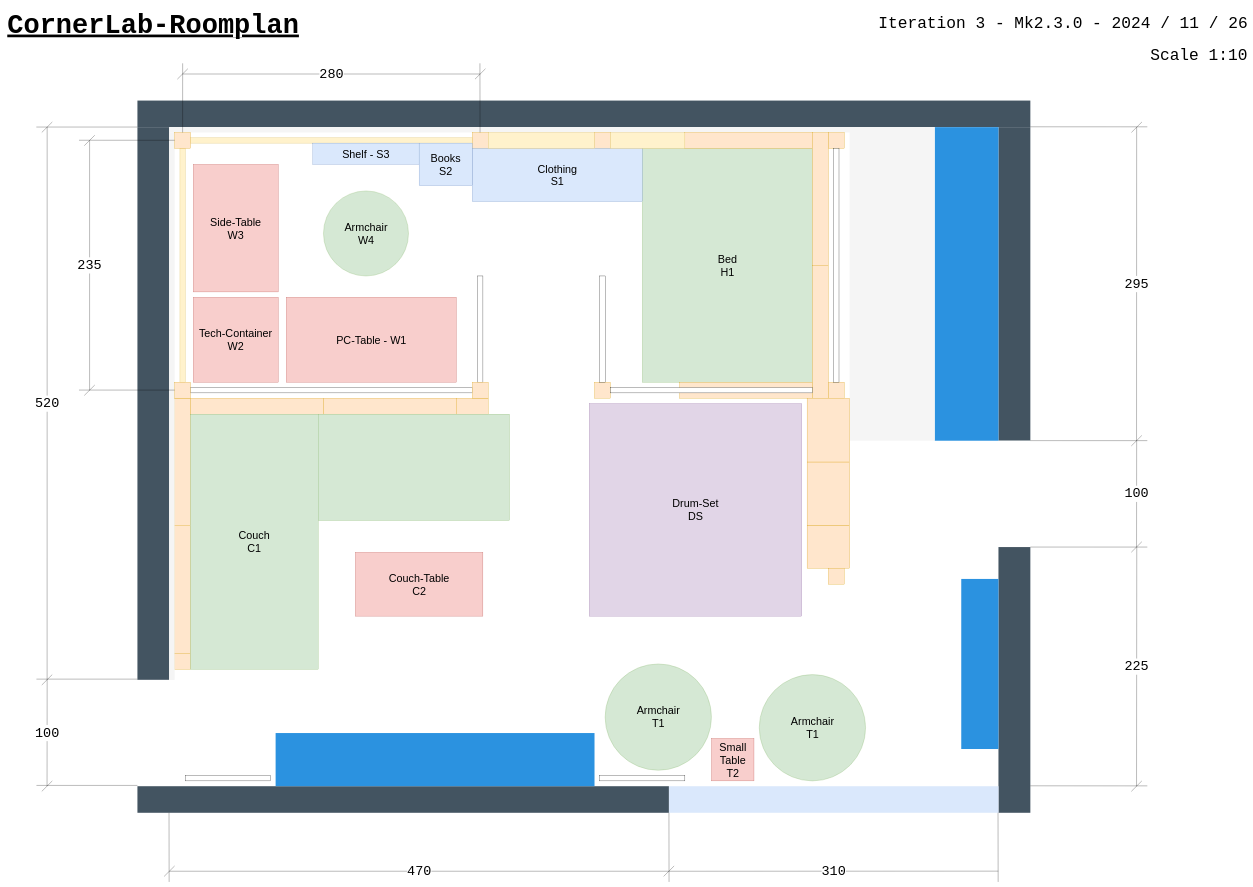
sy-workshop/cornerlab keeps this draw.io diagram as cornerlab_roomplan.drawio. Above is the earlier version. Source tidied: cells renumbered, new cells numbered last; positions are measured from the earlier drawing's top-left corner, leaving out a move shared by most shapes. Both pictures are drawn from the tidied source at 27%, with x=0, y=0 at pixel (4, 10).
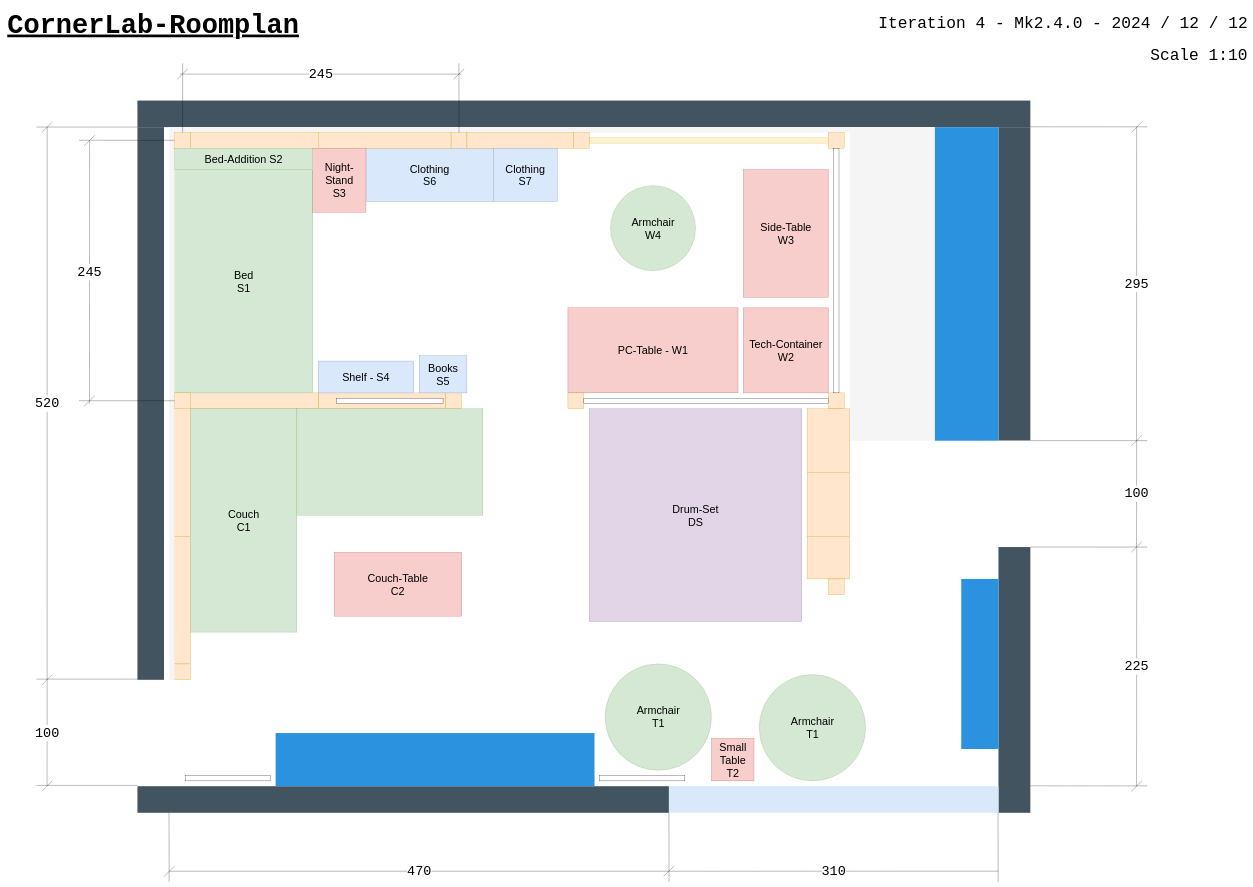
The same diagram, later.

The edit, as a diff of the source:
```diff
@@
     <mxCell id="4" style="rounded=0;whiteSpace=wrap;html=1;strokeColor=none;fontSize=40;" parent="1" vertex="1">
-      <mxGeometry x="610.6" y="433.4" width="3070.9" height="2440.9" as="geometry" />
+      <mxGeometry x="590.9" y="433.4" width="3070.9" height="2440.9" as="geometry" />
     </mxCell>
@@
     <mxCell id="11" style="rounded=0;whiteSpace=wrap;html=1;fillColor=#ffe6cc;strokeColor=#d79b00;fontSize=40;" parent="1" vertex="1">
-      <mxGeometry x="630.3" y="1909.8" width="59" height="472.4" as="geometry" />
+      <mxGeometry x="630.3" y="1949.2" width="59" height="472.4" as="geometry" />
     </mxCell>
     <mxCell id="12" style="rounded=0;whiteSpace=wrap;html=1;fillColor=#ffe6cc;strokeColor=#d79b00;fontSize=40;" parent="1" vertex="1">
-      <mxGeometry x="1181.5" y="1437.3" width="492.1" height="59" as="geometry" />
+      <mxGeometry x="1161.8" y="1417.7" width="472.4" height="59" as="geometry" />
     </mxCell>
     <mxCell id="13" style="rounded=0;whiteSpace=wrap;html=1;fillColor=#ffe6cc;strokeColor=#d79b00;fontSize=40;" parent="1" vertex="1">
-      <mxGeometry x="630.3" y="1437.4" width="59" height="472.4" as="geometry" />
+      <mxGeometry x="630.3" y="1476.8" width="59" height="472.4" as="geometry" />
     </mxCell>
     <mxCell id="14" style="rounded=0;whiteSpace=wrap;html=1;fillColor=#ffe6cc;strokeColor=#d79b00;fontSize=40;" parent="1" vertex="1">
-      <mxGeometry x="689.4" y="1437.4" width="492.1" height="59" as="geometry" />
+      <mxGeometry x="689.4" y="1417.7" width="472.4" height="59" as="geometry" />
     </mxCell>
@@
-    <mxCell id="21" value="Bed&lt;div&gt;H1&lt;/div&gt;" style="rounded=0;whiteSpace=wrap;html=1;fillColor=#d5e8d4;strokeColor=#82b366;fontSize=40;" parent="1" vertex="1">
-      <mxGeometry x="2362.6" y="512.1" width="629.9" height="866.1" as="geometry" />
+    <mxCell id="21" value="Bed&lt;div&gt;S&lt;span style=&quot;background-color: initial;&quot;&gt;1&lt;/span&gt;&lt;/div&gt;" style="rounded=0;whiteSpace=wrap;html=1;fillColor=#d5e8d4;strokeColor=#82b366;fontSize=40;" parent="1" vertex="1">
+      <mxGeometry x="630.4" y="590.9" width="511.8" height="826.8" as="geometry" />
     </mxCell>
@@
     <mxCell id="25" value="PC-Table -&amp;nbsp;&lt;span style=&quot;background-color: initial;&quot;&gt;W1&lt;/span&gt;" style="rounded=0;whiteSpace=wrap;html=1;fillColor=#f8cecc;strokeColor=#b85450;fontSize=40;" parent="1" vertex="1">
-      <mxGeometry x="1043.7" y="1063.3" width="629.9" height="314.9" as="geometry" />
+      <mxGeometry x="2087" y="1102.7" width="629.9" height="314.9" as="geometry" />
     </mxCell>
     <mxCell id="26" value="Tech-Container&lt;br&gt;W2" style="rounded=0;whiteSpace=wrap;html=1;fillColor=#f8cecc;strokeColor=#b85450;rotation=0;fontSize=40;" parent="1" vertex="1">
-      <mxGeometry x="699.2" y="1063.4" width="315" height="315" as="geometry" />
+      <mxGeometry x="2736.6" y="1102.8" width="315" height="315" as="geometry" />
     </mxCell>
     <mxCell id="27" value="Side-Table&lt;div&gt;W3&lt;/div&gt;" style="rounded=0;whiteSpace=wrap;html=1;fillColor=#f8cecc;strokeColor=#b85450;rotation=0;fontSize=40;direction=south;" parent="1" vertex="1">
-      <mxGeometry x="699.2" y="571.3" width="314.9" height="472.4" as="geometry" />
+      <mxGeometry x="2736.6" y="590.9" width="314.9" height="472.4" as="geometry" />
     </mxCell>
     <mxCell id="28" style="rounded=0;whiteSpace=wrap;html=1;fillColor=#ffe6cc;strokeColor=#d79b00;fontSize=40;" parent="1" vertex="1">
-      <mxGeometry x="3051.5" y="1378.3" width="59" height="59" as="geometry" />
+      <mxGeometry x="3051.5" y="1417.7" width="59" height="59" as="geometry" />
     </mxCell>
@@
     <mxCell id="42" style="rounded=0;whiteSpace=wrap;html=1;fillColor=#ffe6cc;strokeColor=#d79b00;fontSize=40;" parent="1" vertex="1">
-      <mxGeometry x="2185.4" y="1378.3" width="59" height="59" as="geometry" />
+      <mxGeometry x="2087" y="1417.7" width="59" height="59" as="geometry" />
     </mxCell>
     <mxCell id="43" style="rounded=0;whiteSpace=wrap;html=1;fillColor=#ffe6cc;strokeColor=#d79b00;fontSize=40;" parent="1" vertex="1">
-      <mxGeometry x="2972.8" y="1673.6" width="157.5" height="236.2" as="geometry" />
+      <mxGeometry x="2972.8" y="1712.9" width="157.5" height="236.2" as="geometry" />
     </mxCell>
     <mxCell id="44" style="rounded=0;whiteSpace=wrap;html=1;fillColor=#ffe6cc;strokeColor=#d79b00;fontSize=40;" parent="1" vertex="1">
-      <mxGeometry x="2972.8" y="1909.8" width="157.5" height="157.5" as="geometry" />
+      <mxGeometry x="2972.8" y="1949.1" width="157.5" height="157.5" as="geometry" />
     </mxCell>
@@
     <mxCell id="46" style="rounded=0;whiteSpace=wrap;html=1;fillColor=#fff2cc;strokeColor=#d6b656;fontSize=40;" parent="1" vertex="1">
-      <mxGeometry x="689.4" y="472.7" width="1043.3" height="19.8" as="geometry" />
+      <mxGeometry x="2165.7" y="472.7" width="885.8" height="19.8" as="geometry" />
     </mxCell>
     <mxCell id="47" value="Drum-Set&lt;div&gt;DS&lt;/div&gt;" style="rounded=0;whiteSpace=wrap;html=1;fillColor=#e1d5e7;strokeColor=#9673a6;fontSize=40;" parent="1" vertex="1">
-      <mxGeometry x="2165.7" y="1457.1" width="787.4" height="787.4" as="geometry" />
+      <mxGeometry x="2165.7" y="1476.8" width="787.4" height="787.4" as="geometry" />
     </mxCell>
-    <mxCell id="48" style="rounded=0;whiteSpace=wrap;html=1;fillColor=#fff2cc;strokeColor=#d6b656;fontSize=40;" parent="1" vertex="1">
-      <mxGeometry x="650" y="512.1" width="19.7" height="866.2" as="geometry" />
-    </mxCell>
-    <mxCell id="49" style="rounded=0;whiteSpace=wrap;html=1;fillColor=#ffe6cc;strokeColor=#d79b00;fontSize=40;" parent="1" vertex="1">
-      <mxGeometry x="1673.6" y="1437.4" width="118.1" height="59" as="geometry" />
-    </mxCell>
     <mxCell id="50" style="rounded=0;whiteSpace=wrap;html=1;fillColor=#ffe6cc;strokeColor=#d79b00;fontSize=40;" parent="1" vertex="1">
-      <mxGeometry x="630.3" y="2382.2" width="59" height="59" as="geometry" />
+      <mxGeometry x="630.3" y="2421.6" width="59" height="59" as="geometry" />
     </mxCell>
@@
-    <mxCell id="53" style="rounded=0;whiteSpace=wrap;html=1;fontSize=40;" parent="1" vertex="1">
-      <mxGeometry x="689.4" y="1398" width="1043.3" height="19.7" as="geometry" />
-    </mxCell>
-    <mxCell id="54" style="rounded=0;whiteSpace=wrap;html=1;fontSize=40;" parent="1" vertex="1">
-      <mxGeometry x="1752.4" y="984.6" width="19.7" height="393.7" as="geometry" />
+    <mxCell id="54" style="rounded=0;whiteSpace=wrap;html=1;fontSize=40;rotation=90;" parent="1" vertex="1">
+      <mxGeometry x="1417.7" y="1250.4" width="19.7" height="393.7" as="geometry" />
     </mxCell>
@@
     <mxCell id="56" style="rounded=0;whiteSpace=wrap;html=1;fillColor=#ffe6cc;strokeColor=#d79b00;fontSize=40;" parent="1" vertex="1">
-      <mxGeometry x="1732.7" y="453.1" width="59" height="59" as="geometry" />
+      <mxGeometry x="1653.9" y="453.1" width="59" height="59" as="geometry" />
     </mxCell>
     <mxCell id="57" style="rounded=0;whiteSpace=wrap;html=1;fillColor=#ffe6cc;strokeColor=#d79b00;fontSize=40;" parent="1" vertex="1">
-      <mxGeometry x="2185.4" y="453.1" width="59" height="59" as="geometry" />
+      <mxGeometry x="2106.7" y="453.2" width="59" height="59" as="geometry" />
     </mxCell>
@@
     <mxCell id="60" style="rounded=0;whiteSpace=wrap;html=1;fillColor=#ffe6cc;strokeColor=#d79b00;fontSize=40;" parent="1" vertex="1">
-      <mxGeometry x="1732.7" y="1378.3" width="59" height="59" as="geometry" />
+      <mxGeometry x="1634.3" y="1417.7" width="59" height="59" as="geometry" />
     </mxCell>
     <mxCell id="61" style="rounded=0;whiteSpace=wrap;html=1;fillColor=#ffe6cc;strokeColor=#d79b00;fontSize=40;" parent="1" vertex="1">
-      <mxGeometry x="630.3" y="1378.3" width="59" height="59" as="geometry" />
+      <mxGeometry x="630.4" y="1417.7" width="59" height="59" as="geometry" />
     </mxCell>
@@
     <mxCell id="63" style="endArrow=none;html=1;rounded=0;exitX=0.5;exitY=0;exitDx=0;exitDy=0;" parent="1" edge="1">
       <mxGeometry relative="1" as="geometry">
-        <mxPoint x="1761.5" y="453.1" as="sourcePoint" />
-        <mxPoint x="1761" y="197" as="targetPoint" />
+        <mxPoint x="1683.6" y="453.3" as="sourcePoint" />
+        <mxPoint x="1683.1" y="197.2" as="targetPoint" />
       </mxGeometry>
     </mxCell>
-    <mxCell id="64" value="&lt;font style=&quot;font-size: 50px;&quot; face=&quot;Courier New&quot;&gt;280&lt;/font&gt;" style="endArrow=none;html=1;rounded=0;" parent="1" edge="1">
+    <mxCell id="64" value="&lt;font style=&quot;font-size: 50px;&quot; face=&quot;Courier New&quot;&gt;245&lt;/font&gt;" style="endArrow=none;html=1;rounded=0;" parent="1" edge="1">
       <mxGeometry relative="1" as="geometry">
-        <mxPoint x="659.8" y="236.6" as="sourcePoint" />
-        <mxPoint x="1762.2" y="236.6" as="targetPoint" />
+        <mxPoint x="650" y="237" as="sourcePoint" />
+        <mxPoint x="1693" y="237" as="targetPoint" />
       </mxGeometry>
     </mxCell>
@@
     <mxCell id="66" style="endArrow=none;html=1;rounded=0;" parent="1" edge="1">
       <mxGeometry relative="1" as="geometry">
-        <mxPoint x="1742.7" y="255.8" as="sourcePoint" />
-        <mxPoint x="1781.7" y="216.9" as="targetPoint" />
+        <mxPoint x="1663.9" y="255.8" as="sourcePoint" />
+        <mxPoint x="1702.9" y="216.9" as="targetPoint" />
       </mxGeometry>
     </mxCell>
     <mxCell id="67" value="Couch&lt;br&gt;C1" style="rounded=0;whiteSpace=wrap;html=1;fillColor=#d5e8d4;strokeColor=#82b366;fontSize=40;" parent="1" vertex="1">
-      <mxGeometry x="689.4" y="1496.4" width="472.4" height="944.9" as="geometry" />
+      <mxGeometry x="689.4" y="1476.7" width="393.7" height="826.8" as="geometry" />
     </mxCell>
     <mxCell id="68" style="rounded=0;whiteSpace=wrap;html=1;fillColor=#d5e8d4;strokeColor=#82b366;fontSize=40;" parent="1" vertex="1">
-      <mxGeometry x="1161.8" y="1496.4" width="708.7" height="393.7" as="geometry" />
+      <mxGeometry x="1083.1" y="1476.7" width="689" height="393.7" as="geometry" />
     </mxCell>
@@
     <mxCell id="70" style="endArrow=none;html=1;rounded=0;" parent="1" edge="1">
       <mxGeometry relative="1" as="geometry">
-        <mxPoint x="276" y="1407.2" as="sourcePoint" />
-        <mxPoint x="630.3" y="1407.3" as="targetPoint" />
+        <mxPoint x="276" y="1446.6" as="sourcePoint" />
+        <mxPoint x="630.3" y="1446.7" as="targetPoint" />
       </mxGeometry>
     </mxCell>
-    <mxCell id="71" value="&lt;font face=&quot;Courier New&quot; style=&quot;font-size: 50px;&quot;&gt;235&lt;/font&gt;" style="endArrow=none;startArrow=none;html=1;rounded=0;startFill=0;endFill=0;" parent="1" edge="1">
+    <mxCell id="71" value="&lt;font face=&quot;Courier New&quot;&gt;&lt;span style=&quot;font-size: 50px;&quot;&gt;245&lt;br&gt;&lt;/span&gt;&lt;/font&gt;" style="endArrow=none;startArrow=none;html=1;rounded=0;startFill=0;endFill=0;" parent="1" edge="1">
       <mxGeometry relative="1" as="geometry">
-        <mxPoint x="315.3" y="1407.8" as="sourcePoint" />
+        <mxPoint x="315" y="1457" as="sourcePoint" />
         <mxPoint x="315.3" y="482.7" as="targetPoint" />
       </mxGeometry>
     </mxCell>
@@
     <mxCell id="73" style="endArrow=none;html=1;rounded=0;" parent="1" edge="1">
       <mxGeometry relative="1" as="geometry">
-        <mxPoint x="295.6" y="1427.3" as="sourcePoint" />
-        <mxPoint x="334.6" y="1388.4" as="targetPoint" />
+        <mxPoint x="295.6" y="1466.6" as="sourcePoint" />
+        <mxPoint x="334.6" y="1427.7" as="targetPoint" />
       </mxGeometry>
     </mxCell>
-    <mxCell id="74" value="Clothing&lt;div&gt;S1&lt;/div&gt;" style="rounded=0;whiteSpace=wrap;html=1;fillColor=#dae8fc;strokeColor=#6c8ebf;fontSize=40;" parent="1" vertex="1">
-      <mxGeometry x="1732.7" y="512.2" width="629.9" height="196.8" as="geometry" />
+    <mxCell id="74" value="Clothing&lt;div&gt;S6&lt;/div&gt;" style="rounded=0;whiteSpace=wrap;html=1;fillColor=#dae8fc;strokeColor=#6c8ebf;fontSize=40;" parent="1" vertex="1">
+      <mxGeometry x="1338.9" y="512.2" width="472.4" height="196.8" as="geometry" />
     </mxCell>
     <mxCell id="75" style="rounded=0;whiteSpace=wrap;html=1;fillColor=#ffe6cc;strokeColor=#d79b00;fontSize=40;" parent="1" vertex="1">
-      <mxGeometry x="2520" y="453.1" width="472.4" height="59" as="geometry" />
+      <mxGeometry x="689.4" y="453.2" width="472.4" height="59" as="geometry" />
     </mxCell>
-    <mxCell id="76" style="rounded=0;whiteSpace=wrap;html=1;fillColor=#ffe6cc;strokeColor=#d79b00;rotation=90;fontSize=40;" parent="1" vertex="1">
-      <mxGeometry x="2776" y="669.7" width="492.1" height="59" as="geometry" />
+    <mxCell id="76" style="rounded=0;whiteSpace=wrap;html=1;fillColor=#ffe6cc;strokeColor=#d79b00;rotation=0;fontSize=40;" parent="1" vertex="1">
+      <mxGeometry x="1161.8" y="453.2" width="492.1" height="59" as="geometry" />
     </mxCell>
-    <mxCell id="77" style="rounded=0;whiteSpace=wrap;html=1;fillColor=#ffe6cc;strokeColor=#d79b00;rotation=90;fontSize=40;" parent="1" vertex="1">
-      <mxGeometry x="2776" y="1161.8" width="492.1" height="59" as="geometry" />
-    </mxCell>
     <mxCell id="78" style="rounded=0;whiteSpace=wrap;html=1;fontSize=40;" parent="1" vertex="1">
-      <mxGeometry x="3071.2" y="512.1" width="19.7" height="866.2" as="geometry" />
+      <mxGeometry x="3071.2" y="512.1" width="19.7" height="905.5" as="geometry" />
     </mxCell>
-    <mxCell id="79" style="rounded=0;whiteSpace=wrap;html=1;fillColor=#ffe6cc;strokeColor=#d79b00;fontSize=40;" parent="1" vertex="1">
-      <mxGeometry x="2500.4" y="1378.3" width="492.1" height="59" as="geometry" />
-    </mxCell>
     <mxCell id="80" style="rounded=0;whiteSpace=wrap;html=1;fontSize=40;" parent="1" vertex="1">
-      <mxGeometry x="2244.5" y="1398" width="748" height="19.7" as="geometry" />
+      <mxGeometry x="2146" y="1437.3" width="905.5" height="19.7" as="geometry" />
     </mxCell>
@@
-    <mxCell id="85" style="rounded=0;whiteSpace=wrap;html=1;fillColor=#fff2cc;strokeColor=#d6b656;fontSize=40;" parent="1" vertex="1">
-      <mxGeometry x="1791.7" y="453.1" width="393.7" height="59" as="geometry" />
-    </mxCell>
-    <mxCell id="86" style="rounded=0;whiteSpace=wrap;html=1;fillColor=#fff2cc;strokeColor=#d6b656;fontSize=40;" parent="1" vertex="1">
-      <mxGeometry x="2244.5" y="453.2" width="275.6" height="59" as="geometry" />
-    </mxCell>
-    <mxCell id="87" style="rounded=0;whiteSpace=wrap;html=1;fontSize=40;" parent="1" vertex="1">
-      <mxGeometry x="2205.1" y="984.6" width="19.7" height="393.7" as="geometry" />
-    </mxCell>
     <mxCell id="88" value="Couch-Table&lt;div&gt;C2&lt;/div&gt;" style="rounded=0;whiteSpace=wrap;html=1;fillColor=#f8cecc;strokeColor=#b85450;rotation=0;fontSize=40;direction=south;" parent="1" vertex="1">
-      <mxGeometry x="1299.6" y="2008.2" width="472.4" height="236.2" as="geometry" />
+      <mxGeometry x="1220.9" y="2008.2" width="472.4" height="236.2" as="geometry" />
     </mxCell>
     <mxCell id="89" style="rounded=0;whiteSpace=wrap;html=1;fillColor=#ffe6cc;strokeColor=#d79b00;fontSize=40;" parent="1" vertex="1">
-      <mxGeometry x="3051.5" y="2067.3" width="59" height="59" as="geometry" />
+      <mxGeometry x="3051.5" y="2106.7" width="59" height="59" as="geometry" />
     </mxCell>
-    <mxCell id="90" value="Shelf - S3" style="rounded=0;whiteSpace=wrap;html=1;fillColor=#dae8fc;strokeColor=#6c8ebf;fontSize=40;" parent="1" vertex="1">
-      <mxGeometry x="1142.1" y="492.5" width="393.7" height="78.7" as="geometry" />
+    <mxCell id="90" value="Shelf - S4" style="rounded=0;whiteSpace=wrap;html=1;fillColor=#dae8fc;strokeColor=#6c8ebf;fontSize=40;" parent="1" vertex="1">
+      <mxGeometry x="1161.8" y="1299.7" width="354.3" height="118.1" as="geometry" />
     </mxCell>
-    <mxCell id="91" value="Books&lt;div&gt;S2&lt;/div&gt;" style="rounded=0;whiteSpace=wrap;html=1;fillColor=#dae8fc;strokeColor=#6c8ebf;fontSize=40;" parent="1" vertex="1">
-      <mxGeometry x="1535.8" y="492.5" width="196.8" height="157.5" as="geometry" />
+    <mxCell id="91" value="Books&lt;div&gt;S5&lt;/div&gt;" style="rounded=0;whiteSpace=wrap;html=1;fillColor=#dae8fc;strokeColor=#6c8ebf;fontSize=40;" parent="1" vertex="1">
+      <mxGeometry x="1535.8" y="1280" width="177.1" height="137.8" as="geometry" />
     </mxCell>
@@
-    <mxCell id="100" value="&lt;font style=&quot;font-size: 60px;&quot;&gt;Iteration 3 - Mk2.3.0 - 2024 / 11 / 26&lt;/font&gt;" style="text;html=1;align=right;verticalAlign=middle;whiteSpace=wrap;rounded=0;fontSize=100;fontFamily=Courier New;" parent="1" vertex="1">
+    <mxCell id="100" value="&lt;font style=&quot;font-size: 60px;&quot;&gt;Iteration 4 - Mk2.4.0 - 2024 / 12 / 12&lt;/font&gt;" style="text;html=1;align=right;verticalAlign=middle;whiteSpace=wrap;rounded=0;fontSize=100;fontFamily=Courier New;" parent="1" vertex="1">
       <mxGeometry x="2953.1" y="0.4" width="1653.5" height="78.7" as="geometry" />
     </mxCell>
@@
     <mxCell id="102" style="rounded=0;whiteSpace=wrap;html=1;fillColor=#ffe6cc;strokeColor=#d79b00;fontSize=40;" parent="1" vertex="1">
-      <mxGeometry x="2972.8" y="1437.4" width="157.5" height="236.2" as="geometry" />
+      <mxGeometry x="2972.8" y="1476.7" width="157.5" height="236.2" as="geometry" />
     </mxCell>
     <mxCell id="103" value="Armchair&lt;div&gt;W4&lt;/div&gt;" style="ellipse;whiteSpace=wrap;html=1;fillColor=#d5e8d4;strokeColor=#82b366;fontSize=40;" parent="1" vertex="1">
-      <mxGeometry x="1181.5" y="669.7" width="315" height="315" as="geometry" />
+      <mxGeometry x="2244.5" y="650" width="315" height="315" as="geometry" />
     </mxCell>
+    <mxCell id="104" value="Night-Stand&lt;br&gt;S3" style="rounded=0;whiteSpace=wrap;html=1;fillColor=#f8cecc;strokeColor=#b85450;rotation=0;fontSize=40;direction=south;" parent="1" vertex="1">
+      <mxGeometry x="1142.1" y="512.1" width="196.8" height="236.2" as="geometry" />
+    </mxCell>
+    <mxCell id="105" style="rounded=0;whiteSpace=wrap;html=1;fillColor=#ffe6cc;strokeColor=#d79b00;rotation=0;fontSize=40;" parent="1" vertex="1">
+      <mxGeometry x="1713" y="453.1" width="393.7" height="59" as="geometry" />
+    </mxCell>
+    <mxCell id="106" value="Clothing&lt;div&gt;S7&lt;/div&gt;" style="rounded=0;whiteSpace=wrap;html=1;fillColor=#dae8fc;strokeColor=#6c8ebf;fontSize=40;" parent="1" vertex="1">
+      <mxGeometry x="1811.4" y="512.1" width="236.2" height="196.8" as="geometry" />
+    </mxCell>
+    <mxCell id="107" value="Bed-Addition S2" style="rounded=0;whiteSpace=wrap;html=1;fillColor=#d5e8d4;strokeColor=#82b366;fontSize=40;" parent="1" vertex="1">
+      <mxGeometry x="630.4" y="512.1" width="511.8" height="78.7" as="geometry" />
+    </mxCell>
```
